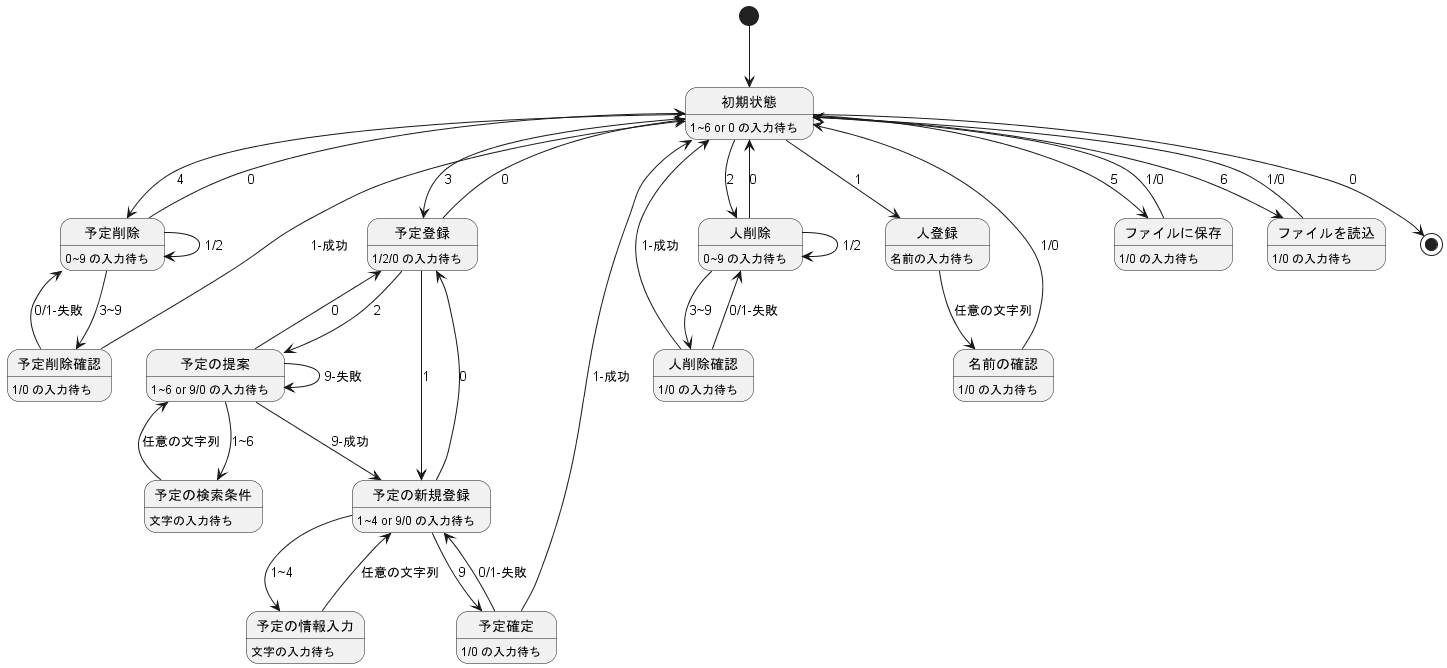
kimura-y-digi/tutor_schedule_adjuster keeps this PlantUML diagram as state_machine.png. Above is the earlier version.
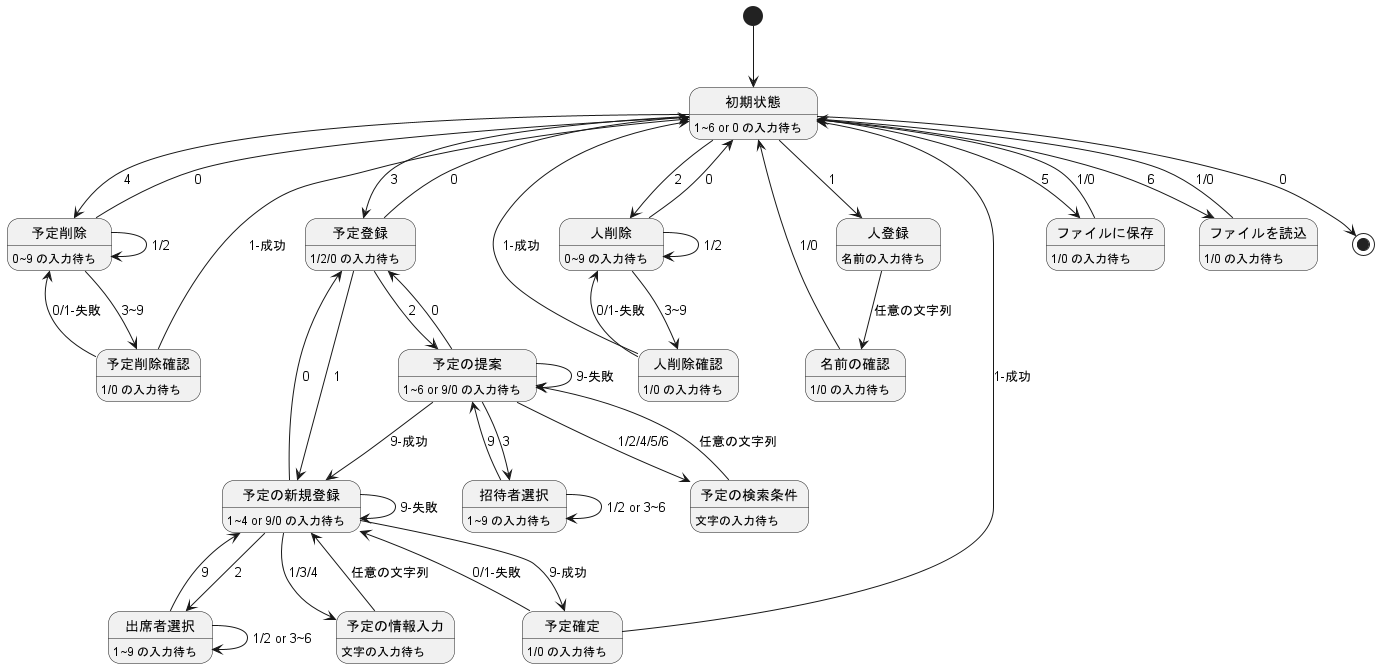
After the commit.

Change to the diagram source:
```diff
@@ -32,12 +32,18 @@
 予定登録 -up-> 初期状態 : 0
 
 予定の新規登録 : 1~4 or 9/0 の入力待ち
-予定の新規登録 --> 予定の情報入力 : 1~4
-予定の新規登録 --> 予定確定 : 9
+予定の新規登録 --> 予定の情報入力 : 1/3/4
+予定の新規登録 --> 出席者選択 : 2
+予定の新規登録 --> 予定確定 : 9-成功
+予定の新規登録 --> 予定の新規登録 : 9-失敗
 予定の新規登録 -up-> 予定登録 : 0
 
 予定の情報入力 : 文字の入力待ち
 予定の情報入力 -up-> 予定の新規登録 : 任意の文字列
+
+出席者選択 : 1~9 の入力待ち
+出席者選択 --> 出席者選択 : 1/2 or 3~6
+出席者選択 -up-> 予定の新規登録 : 9
 
 予定確定 : 1/0 の入力待ち
 予定確定 -up-> 初期状態 : 1-成功
@@ -45,7 +51,8 @@
 
 
 予定の提案 : 1~6 or 9/0 の入力待ち
-予定の提案 --> 予定の検索条件 : 1~6
+予定の提案 --> 予定の検索条件 : 1/2/4/5/6
+予定の提案 --> 招待者選択 : 3
 予定の提案 --> 予定の新規登録 : 9-成功
 予定の提案 --> 予定の提案 : 9-失敗
 予定の提案 -up-> 予定登録 : 0
@@ -53,6 +60,9 @@
 予定の検索条件 : 文字の入力待ち
 予定の検索条件 -up-> 予定の提案 : 任意の文字列
 
+招待者選択 : 1~9 の入力待ち
+招待者選択 --> 招待者選択 : 1/2 or 3~6
+招待者選択 -up-> 予定の提案 : 9
 
 初期状態 --> 予定削除 : 4
 
```
